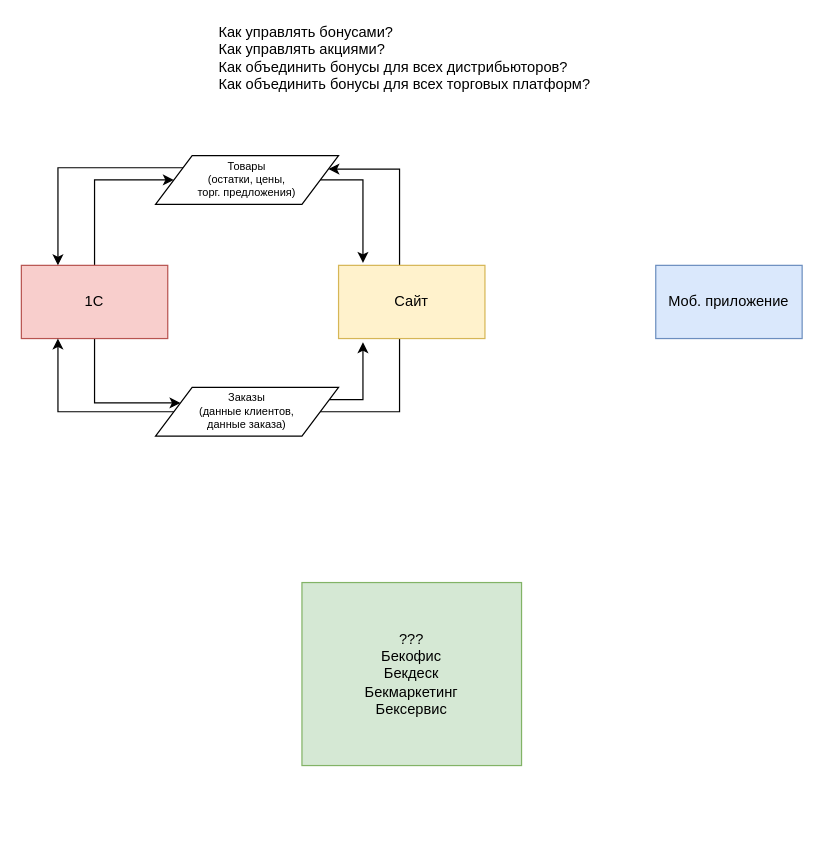
Before: Untitled Diagram.drawio in prgrant/draw.io, a draw.io diagram. Source tidied: cells renumbered, new cells numbered last; positions are measured from the earlier drawing's top-left corner, leaving out a move shared by most shapes. Both pictures are drawn from the tidied source at 122%, with x=0, y=0 at pixel (21, 21).
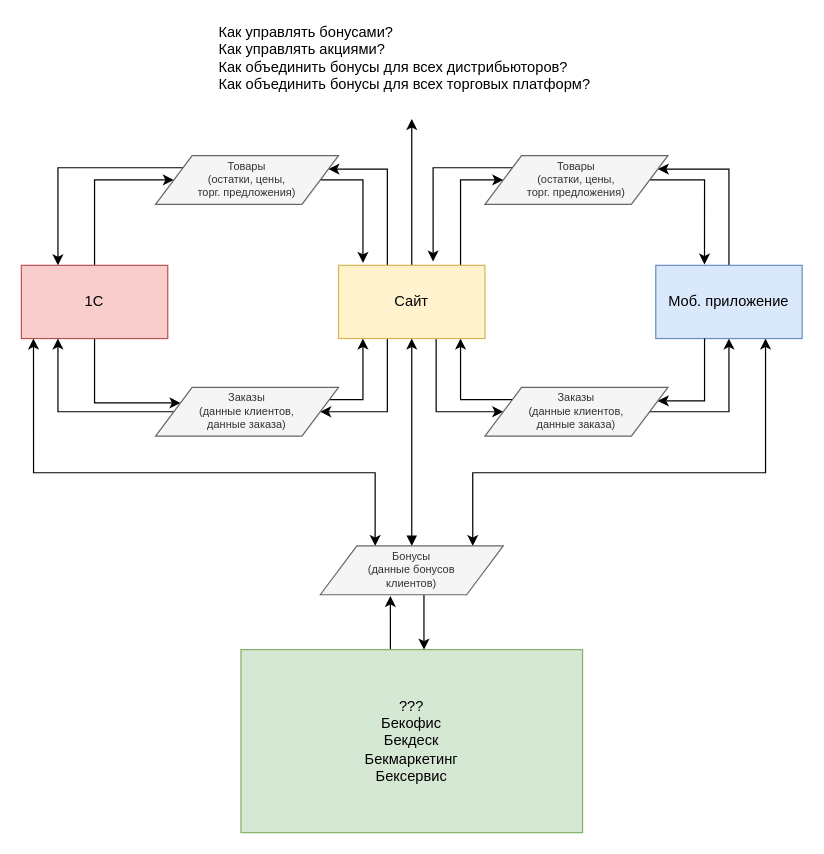
Above is the later version.

Unchanged cells that the change refers to:
```xml
<mxCell id="4" value="1C" style="rounded=0;whiteSpace=wrap;html=1;fillColor=#f8cecc;strokeColor=#b85450;" parent="1" vertex="1">
  <mxGeometry y="200" width="120" height="60" as="geometry" />
</mxCell>
<mxCell id="7" value="Сайт" style="rounded=0;whiteSpace=wrap;html=1;fillColor=#fff2cc;strokeColor=#d6b656;" parent="1" vertex="1">
  <mxGeometry x="260" y="200" width="120" height="60" as="geometry" />
</mxCell>
<mxCell id="8" value="Моб. приложение" style="rounded=0;whiteSpace=wrap;html=1;fillColor=#dae8fc;strokeColor=#6c8ebf;" parent="1" vertex="1">
  <mxGeometry x="520" y="200" width="120" height="60" as="geometry" />
</mxCell>
```

What changed in the source:
```diff
@@
+    <mxCell id="17" style="edgeStyle=orthogonalEdgeStyle;rounded=0;jettySize=auto;html=1;fontSize=12;entryX=0.75;entryY=1;entryDx=0;entryDy=0;startArrow=classic;startFill=1;" parent="1" edge="1" source="33" target="8">
+      <mxGeometry relative="1" as="geometry">
+        <Array as="points">
+          <mxPoint x="370" y="370" />
+          <mxPoint x="610" y="370" />
+        </Array>
+      </mxGeometry>
+    </mxCell>
@@
     <mxCell id="5" style="edgeStyle=orthogonalEdgeStyle;rounded=0;jettySize=auto;html=1;fontSize=9;entryX=1;entryY=0.25;entryDx=0;entryDy=0;" parent="1" edge="1" source="7" target="12">
       <mxGeometry relative="1" as="geometry">
         <Array as="points">
-          <mxPoint x="310" y="121" />
+          <mxPoint x="300" y="121" />
         </Array>
       </mxGeometry>
     </mxCell>
-    <mxCell id="6" style="edgeStyle=orthogonalEdgeStyle;rounded=0;jettySize=auto;html=1;fontSize=9;entryX=1;entryY=0.75;entryDx=0;entryDy=0;" parent="1" edge="1" source="7" target="15">
+    <mxCell id="6" style="edgeStyle=orthogonalEdgeStyle;rounded=0;jettySize=auto;html=1;fontSize=9;entryX=1;entryY=0.5;entryDx=0;entryDy=0;" parent="1" edge="1" source="7" target="15">
       <mxGeometry relative="1" as="geometry">
         <Array as="points">
-          <mxPoint x="310" y="320" />
-          <mxPoint x="240" y="320" />
+          <mxPoint x="300" y="320" />
         </Array>
       </mxGeometry>
     </mxCell>
+    <mxCell id="18" style="edgeStyle=orthogonalEdgeStyle;rounded=0;jettySize=auto;html=1;fontSize=12;entryX=0;entryY=0.5;entryDx=0;entryDy=0;" parent="1" edge="1" source="7" target="27">
+      <mxGeometry relative="1" as="geometry">
+        <Array as="points">
+          <mxPoint x="360" y="130" />
+        </Array>
+      </mxGeometry>
+    </mxCell>
+    <mxCell id="19" style="edgeStyle=orthogonalEdgeStyle;rounded=0;jettySize=auto;html=1;fontSize=12;exitX=0;exitY=0;exitDx=0;exitDy=0;" parent="1" edge="1" source="29" target="7">
+      <mxGeometry relative="1" as="geometry">
+        <Array as="points">
+          <mxPoint x="405" y="310" />
+          <mxPoint x="360" y="310" />
+        </Array>
+      </mxGeometry>
+    </mxCell>
+    <mxCell id="20" style="edgeStyle=orthogonalEdgeStyle;rounded=0;jettySize=auto;html=1;fontSize=12;entryX=0;entryY=0.5;entryDx=0;entryDy=0;" parent="1" edge="1" source="7" target="29">
+      <mxGeometry relative="1" as="geometry">
+        <Array as="points">
+          <mxPoint x="340" y="320" />
+        </Array>
+      </mxGeometry>
+    </mxCell>
+    <mxCell id="21" style="edgeStyle=orthogonalEdgeStyle;rounded=0;jettySize=auto;html=1;fontSize=12;" parent="1" edge="1" source="7">
+      <mxGeometry relative="1" as="geometry">
+        <mxPoint x="320" y="80" as="targetPoint" />
+      </mxGeometry>
+    </mxCell>
@@
+    <mxCell id="22" style="edgeStyle=orthogonalEdgeStyle;rounded=0;jettySize=auto;html=1;fontSize=12;exitX=1;exitY=0.75;exitDx=0;exitDy=0;" parent="1" edge="1" source="29" target="8">
+      <mxGeometry relative="1" as="geometry">
+        <Array as="points">
+          <mxPoint x="510" y="320" />
+          <mxPoint x="580" y="320" />
+        </Array>
+      </mxGeometry>
+    </mxCell>
+    <mxCell id="23" style="edgeStyle=orthogonalEdgeStyle;rounded=0;jettySize=auto;html=1;fontSize=12;entryX=1;entryY=0.25;entryDx=0;entryDy=0;" parent="1" edge="1" source="8" target="27">
+      <mxGeometry relative="1" as="geometry">
+        <Array as="points">
+          <mxPoint x="580" y="121" />
+        </Array>
+      </mxGeometry>
+    </mxCell>
@@
-    <mxCell id="12" value="&lt;span&gt;Товары &lt;br&gt;(остатки, цены, &lt;br&gt;торг. предложения)&lt;/span&gt;" style="shape=parallelogram;perimeter=parallelogramPerimeter;whiteSpace=wrap;html=1;fontSize=9;" parent="1" vertex="1">
+    <mxCell id="12" value="&lt;span&gt;Товары &lt;br&gt;(остатки, цены, &lt;br&gt;торг. предложения)&lt;/span&gt;" style="shape=parallelogram;perimeter=parallelogramPerimeter;whiteSpace=wrap;html=1;fontSize=9;fillColor=#f5f5f5;strokeColor=#666666;fontColor=#333333;" parent="1" vertex="1">
       <mxGeometry x="110" y="110" width="150" height="40" as="geometry" />
     </mxCell>
@@
     <mxCell id="14" style="edgeStyle=orthogonalEdgeStyle;rounded=0;jettySize=auto;html=1;fontSize=9;" parent="1" edge="1" source="15">
       <mxGeometry relative="1" as="geometry">
-        <mxPoint x="280" y="263" as="targetPoint" />
+        <mxPoint x="280" y="260" as="targetPoint" />
         <Array as="points">
           <mxPoint x="185" y="310" />
           <mxPoint x="291" y="310" />
         </Array>
       </mxGeometry>
     </mxCell>
-    <mxCell id="15" value="&lt;span&gt;Заказы &lt;br&gt;(данные клиентов, &lt;br&gt;данные заказа)&lt;/span&gt;" style="shape=parallelogram;perimeter=parallelogramPerimeter;whiteSpace=wrap;html=1;fontSize=9;" parent="1" vertex="1">
+    <mxCell id="15" value="&lt;span&gt;Заказы &lt;br&gt;(данные клиентов, &lt;br&gt;данные заказа)&lt;/span&gt;" style="shape=parallelogram;perimeter=parallelogramPerimeter;whiteSpace=wrap;html=1;fontSize=9;fillColor=#f5f5f5;strokeColor=#666666;fontColor=#333333;" parent="1" vertex="1">
       <mxGeometry x="110" y="300" width="150" height="40" as="geometry" />
     </mxCell>
+    <mxCell id="24" style="edgeStyle=orthogonalEdgeStyle;rounded=0;jettySize=auto;html=1;fontSize=12;entryX=0.383;entryY=1.025;entryDx=0;entryDy=0;entryPerimeter=0;" parent="1" edge="1" source="16" target="33">
+      <mxGeometry relative="1" as="geometry">
+        <Array as="points">
+          <mxPoint x="302" y="493" />
+        </Array>
+      </mxGeometry>
+    </mxCell>
     <mxCell id="16" value="???&lt;br style=&quot;font-size: 12px;&quot;&gt;Бекофис&lt;br style=&quot;font-size: 12px;&quot;&gt;Бекдеск&lt;br style=&quot;font-size: 12px;&quot;&gt;Бекмаркетинг&lt;br style=&quot;font-size: 12px;&quot;&gt;Бексервис" style="rounded=0;whiteSpace=wrap;html=1;fontSize=12;fillColor=#d5e8d4;strokeColor=#82b366;" parent="1" vertex="1">
-      <mxGeometry x="230" y="460" width="180" height="150" as="geometry" />
+      <mxGeometry x="180" y="515" width="280" height="150" as="geometry" />
     </mxCell>
+    <mxCell id="25" style="edgeStyle=orthogonalEdgeStyle;rounded=0;jettySize=auto;html=1;fontSize=12;entryX=0.646;entryY=-0.053;entryDx=0;entryDy=0;entryPerimeter=0;" parent="1" edge="1" target="7">
+      <mxGeometry relative="1" as="geometry">
+        <mxPoint x="455" y="120" as="sourcePoint" />
+        <Array as="points">
+          <mxPoint x="338" y="120" />
+        </Array>
+      </mxGeometry>
+    </mxCell>
+    <mxCell id="26" style="edgeStyle=orthogonalEdgeStyle;rounded=0;jettySize=auto;html=1;fontSize=12;entryX=0.333;entryY=-0.011;entryDx=0;entryDy=0;entryPerimeter=0;" parent="1" edge="1" source="27" target="8">
+      <mxGeometry relative="1" as="geometry">
+        <Array as="points">
+          <mxPoint x="560" y="130" />
+        </Array>
+      </mxGeometry>
+    </mxCell>
+    <mxCell id="27" value="&lt;span&gt;Товары &lt;br&gt;(остатки, цены, &lt;br&gt;торг. предложения)&lt;/span&gt;" style="shape=parallelogram;perimeter=parallelogramPerimeter;whiteSpace=wrap;html=1;fontSize=9;fillColor=#f5f5f5;strokeColor=#666666;fontColor=#333333;" parent="1" vertex="1">
+      <mxGeometry x="380" y="110" width="150" height="40" as="geometry" />
+    </mxCell>
+    <mxCell id="28" style="edgeStyle=orthogonalEdgeStyle;rounded=0;jettySize=auto;html=1;fontSize=12;exitX=1;exitY=0.25;exitDx=0;exitDy=0;entryX=1;entryY=0.25;entryDx=0;entryDy=0;" parent="1" edge="1" target="29">
+      <mxGeometry relative="1" as="geometry">
+        <mxPoint x="560" y="260" as="sourcePoint" />
+        <Array as="points">
+          <mxPoint x="560" y="311" />
+        </Array>
+      </mxGeometry>
+    </mxCell>
+    <mxCell id="29" value="&lt;span&gt;Заказы &lt;br&gt;(данные клиентов, &lt;br&gt;данные заказа)&lt;/span&gt;" style="shape=parallelogram;perimeter=parallelogramPerimeter;whiteSpace=wrap;html=1;fontSize=9;fillColor=#f5f5f5;strokeColor=#666666;fontColor=#333333;" parent="1" vertex="1">
+      <mxGeometry x="380" y="300" width="150" height="40" as="geometry" />
+    </mxCell>
+    <mxCell id="30" style="edgeStyle=orthogonalEdgeStyle;rounded=0;jettySize=auto;html=1;fontSize=12;entryX=0.083;entryY=1;entryDx=0;entryDy=0;entryPerimeter=0;startArrow=classic;startFill=1;" parent="1" edge="1" source="33" target="4">
+      <mxGeometry relative="1" as="geometry">
+        <Array as="points">
+          <mxPoint x="290" y="370" />
+          <mxPoint x="10" y="370" />
+        </Array>
+      </mxGeometry>
+    </mxCell>
+    <mxCell id="31" style="edgeStyle=orthogonalEdgeStyle;rounded=0;jettySize=auto;html=1;fontSize=12;entryX=0.5;entryY=1;entryDx=0;entryDy=0;startArrow=block;startFill=1;" parent="1" edge="1" source="33" target="7">
+      <mxGeometry relative="1" as="geometry" />
+    </mxCell>
+    <mxCell id="32" style="edgeStyle=orthogonalEdgeStyle;rounded=0;jettySize=auto;html=1;startArrow=none;startFill=0;fontSize=12;" parent="1" edge="1" source="33" target="16">
+      <mxGeometry relative="1" as="geometry">
+        <Array as="points">
+          <mxPoint x="330" y="500" />
+          <mxPoint x="330" y="500" />
+        </Array>
+      </mxGeometry>
+    </mxCell>
+    <mxCell id="33" value="&lt;span&gt;Бонусы&lt;br&gt;(данные бонусов &lt;br&gt;клиентов)&lt;/span&gt;" style="shape=parallelogram;perimeter=parallelogramPerimeter;whiteSpace=wrap;html=1;fontSize=9;fillColor=#f5f5f5;strokeColor=#666666;fontColor=#333333;" parent="1" vertex="1">
+      <mxGeometry x="245" y="430" width="150" height="40" as="geometry" />
+    </mxCell>
```
